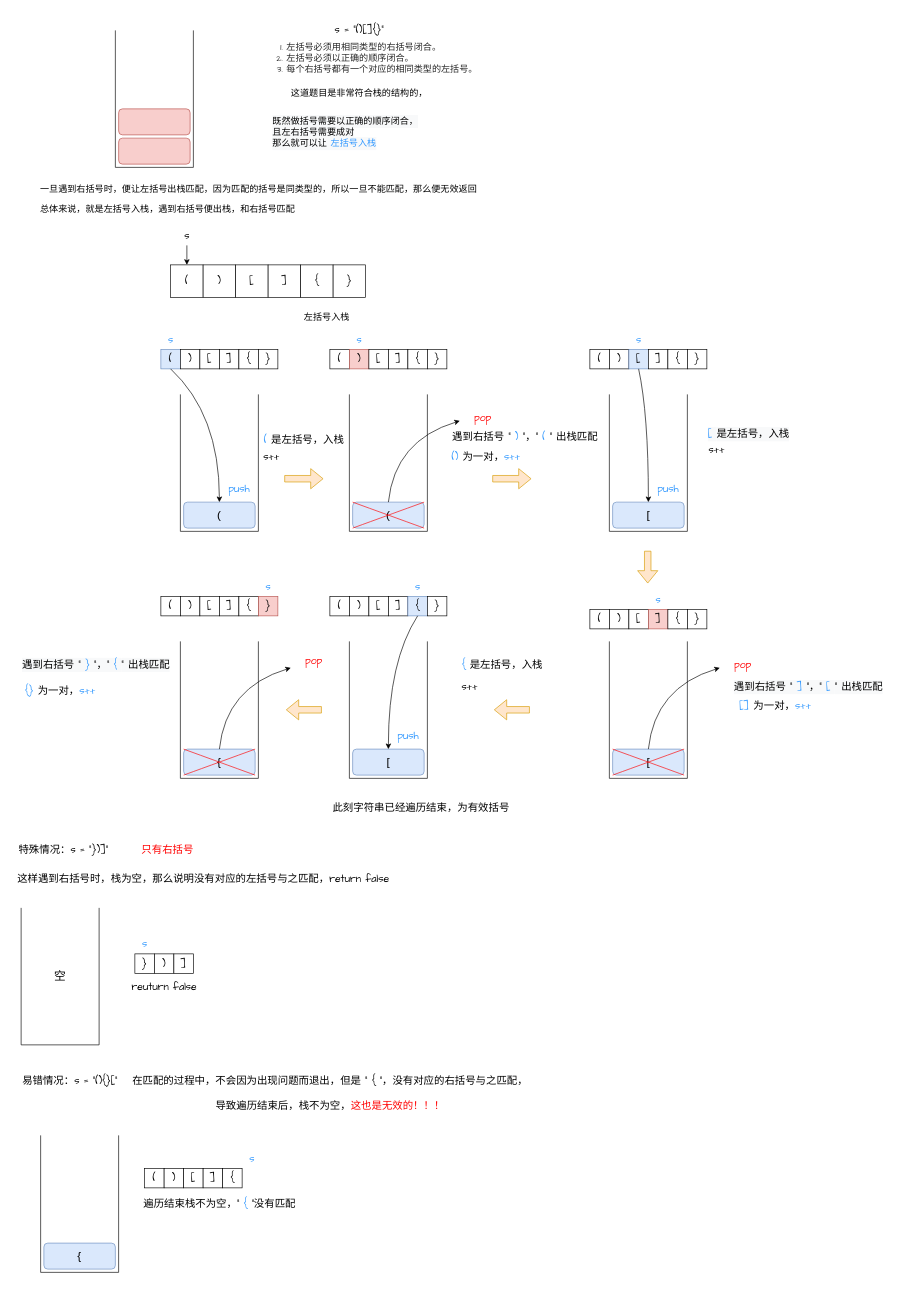
The draw.io diagram 上机代码/栈和队列OJ/有效的括号.drawio in lrisvictoria/data-structure, before the edit. Source tidied: cells renumbered, new cells numbered last; positions are measured from the earlier drawing's top-left corner, leaving out a move shared by most shapes. Both pictures are drawn from the tidied source at 65%, with x=0, y=0 at pixel (11, 11).
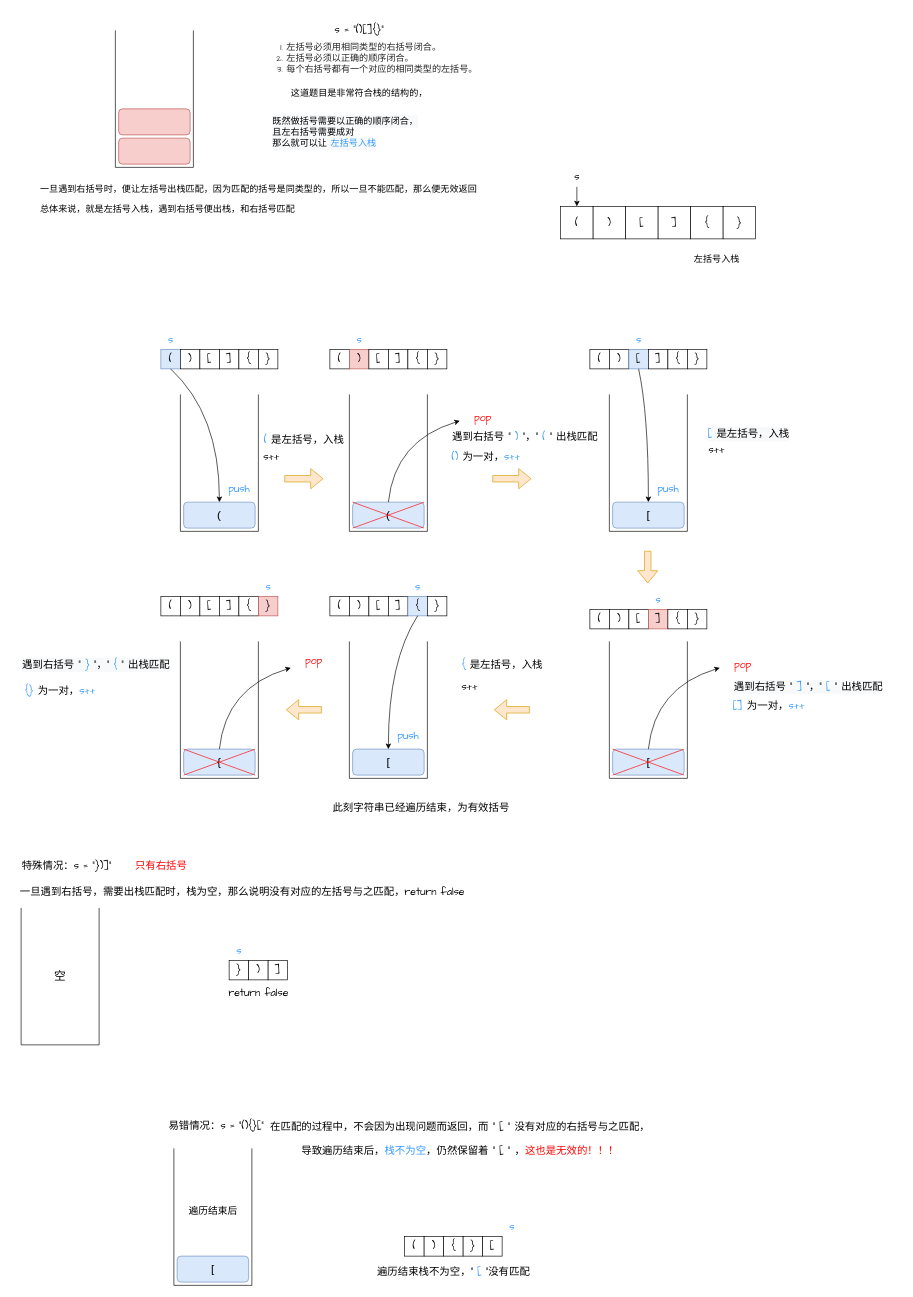
The same diagram, later.

The edit, as a diff of the source:
```diff
@@
     <mxCell id="13" value="(" style="whiteSpace=wrap;html=1;fontFamily=Comic Sans MS;fontSize=16;fontColor=#000000;" parent="1" vertex="1">
-      <mxGeometry x="245" y="390" width="50" height="50" as="geometry" />
+      <mxGeometry x="845" y="300" width="50" height="50" as="geometry" />
     </mxCell>
     <mxCell id="14" value=")" style="whiteSpace=wrap;html=1;fontFamily=Comic Sans MS;fontSize=16;fontColor=#000000;" parent="1" vertex="1">
-      <mxGeometry x="295" y="390" width="50" height="50" as="geometry" />
+      <mxGeometry x="895" y="300" width="50" height="50" as="geometry" />
     </mxCell>
     <mxCell id="15" value="[" style="whiteSpace=wrap;html=1;fontFamily=Comic Sans MS;fontSize=16;fontColor=#000000;" parent="1" vertex="1">
-      <mxGeometry x="345" y="390" width="50" height="50" as="geometry" />
+      <mxGeometry x="945" y="300" width="50" height="50" as="geometry" />
     </mxCell>
     <mxCell id="16" value="]" style="whiteSpace=wrap;html=1;fontFamily=Comic Sans MS;fontSize=16;fontColor=#000000;" parent="1" vertex="1">
-      <mxGeometry x="395" y="390" width="50" height="50" as="geometry" />
+      <mxGeometry x="995" y="300" width="50" height="50" as="geometry" />
     </mxCell>
     <mxCell id="17" value="{" style="whiteSpace=wrap;html=1;fontFamily=Comic Sans MS;fontSize=16;fontColor=#000000;" parent="1" vertex="1">
-      <mxGeometry x="445" y="390" width="50" height="50" as="geometry" />
+      <mxGeometry x="1045" y="300" width="50" height="50" as="geometry" />
     </mxCell>
     <mxCell id="18" value="}" style="whiteSpace=wrap;html=1;fontFamily=Comic Sans MS;fontSize=16;fontColor=#000000;" parent="1" vertex="1">
-      <mxGeometry x="495" y="390" width="50" height="50" as="geometry" />
+      <mxGeometry x="1095" y="300" width="50" height="50" as="geometry" />
     </mxCell>
     <mxCell id="19" value="&lt;font style=&quot;font-size: 16px;&quot;&gt;s&lt;/font&gt;" style="text;html=1;align=center;verticalAlign=middle;strokeColor=none;fillColor=none;fontSize=14;fontFamily=Comic Sans MS;fontColor=#000000;" parent="1" vertex="1">
-      <mxGeometry x="255" y="330" width="30" height="30" as="geometry" />
+      <mxGeometry x="855" y="240" width="30" height="30" as="geometry" />
     </mxCell>
     <mxCell id="20" style="endArrow=classic;html=1;rounded=0;fontFamily=Comic Sans MS;fontSize=16;fontColor=#000000;" parent="1" edge="1">
       <mxGeometry relative="1" as="geometry">
-        <mxPoint x="270" y="360" as="sourcePoint" />
-        <mxPoint x="270" y="390" as="targetPoint" />
+        <mxPoint x="870" y="270" as="sourcePoint" />
+        <mxPoint x="870" y="300" as="targetPoint" />
       </mxGeometry>
     </mxCell>
     <mxCell id="21" value="&lt;font style=&quot;font-size: 14px;&quot;&gt;左括号入栈&lt;/font&gt;" style="text;html=1;align=center;verticalAlign=middle;strokeColor=none;fillColor=none;fontSize=18;fontFamily=Comic Sans MS;fontColor=#000000;" parent="1" vertex="1">
-      <mxGeometry x="440" y="450" width="90" height="40" as="geometry" />
+      <mxGeometry x="1040" y="360" width="90" height="40" as="geometry" />
     </mxCell>
@@
     <mxCell id="88" value="&lt;font color=&quot;#3399ff&quot;&gt;[]&lt;/font&gt; 为一对，&lt;font color=&quot;#3399ff&quot;&gt;s++&lt;/font&gt;" style="text;html=1;align=center;verticalAlign=middle;strokeColor=none;fillColor=none;fontSize=16;fontFamily=Comic Sans MS;fontColor=#000000;" parent="1" vertex="1">
-      <mxGeometry x="1110" y="1054" width="130" height="30" as="geometry" />
+      <mxGeometry x="1100" y="1054" width="130" height="30" as="geometry" />
     </mxCell>
@@
     <mxCell id="110" value="特殊情况：s = &quot;})]&quot;" style="text;html=1;align=center;verticalAlign=middle;strokeColor=none;fillColor=none;fontSize=16;fontFamily=Comic Sans MS;fontColor=#000000;" parent="1" vertex="1">
-      <mxGeometry y="1275" width="160" height="30" as="geometry" />
+      <mxGeometry x="5" y="1300" width="160" height="30" as="geometry" />
     </mxCell>
     <mxCell id="111" value="&lt;font color=&quot;#ff0000&quot;&gt;只有右括号&lt;/font&gt;" style="text;html=1;align=center;verticalAlign=middle;strokeColor=none;fillColor=none;fontSize=16;fontFamily=Comic Sans MS;fontColor=#000000;" parent="1" vertex="1">
-      <mxGeometry x="190" y="1275" width="100" height="30" as="geometry" />
+      <mxGeometry x="180" y="1300" width="100" height="30" as="geometry" />
     </mxCell>
-    <mxCell id="112" value="&lt;font color=&quot;#000000&quot;&gt;这样遇到右括号时，栈为空，那么说明没有对应的左括号与之匹配，return false&lt;/font&gt;" style="text;html=1;align=center;verticalAlign=middle;strokeColor=none;fillColor=none;fontSize=16;fontFamily=Comic Sans MS;fontColor=#FF0000;" parent="1" vertex="1">
-      <mxGeometry y="1320" width="590" height="30" as="geometry" />
+    <mxCell id="112" value="&lt;font color=&quot;#000000&quot;&gt;一旦遇到右括号，需要出栈匹配时，栈为空，那么说明没有对应的左括号与之匹配，return false&lt;/font&gt;" style="text;html=1;align=center;verticalAlign=middle;strokeColor=none;fillColor=none;fontSize=16;fontFamily=Comic Sans MS;fontColor=#FF0000;" parent="1" vertex="1">
+      <mxGeometry y="1340" width="710" height="30" as="geometry" />
     </mxCell>
@@
     <mxCell id="114" value="}" style="whiteSpace=wrap;html=1;fontFamily=Comic Sans MS;fontSize=16;fontColor=#000000;" parent="1" vertex="1">
-      <mxGeometry x="190" y="1450" width="30" height="30" as="geometry" />
+      <mxGeometry x="335" y="1460" width="30" height="30" as="geometry" />
     </mxCell>
     <mxCell id="115" value=")" style="whiteSpace=wrap;html=1;fontFamily=Comic Sans MS;fontSize=16;fontColor=#000000;" parent="1" vertex="1">
-      <mxGeometry x="220" y="1450" width="30" height="30" as="geometry" />
+      <mxGeometry x="365" y="1460" width="30" height="30" as="geometry" />
     </mxCell>
     <mxCell id="116" value="]" style="whiteSpace=wrap;html=1;fontFamily=Comic Sans MS;fontSize=16;fontColor=#000000;" parent="1" vertex="1">
-      <mxGeometry x="250" y="1450" width="30" height="30" as="geometry" />
+      <mxGeometry x="395" y="1460" width="30" height="30" as="geometry" />
     </mxCell>
     <mxCell id="117" value="&lt;font color=&quot;#3399ff&quot;&gt;s&lt;/font&gt;" style="text;html=1;align=center;verticalAlign=middle;strokeColor=none;fillColor=none;fontSize=16;fontFamily=Comic Sans MS;fontColor=#000000;" parent="1" vertex="1">
-      <mxGeometry x="190" y="1420" width="30" height="30" as="geometry" />
+      <mxGeometry x="335" y="1430" width="30" height="30" as="geometry" />
     </mxCell>
-    <mxCell id="118" value="&lt;font style=&quot;font-size: 16px;&quot;&gt;reuturn false&lt;/font&gt;" style="text;html=1;align=center;verticalAlign=middle;strokeColor=none;fillColor=none;fontSize=18;fontFamily=Comic Sans MS;fontColor=#000000;" parent="1" vertex="1">
-      <mxGeometry x="175" y="1480" width="120" height="40" as="geometry" />
+    <mxCell id="118" value="&lt;font style=&quot;font-size: 16px;&quot;&gt;return false&lt;/font&gt;" style="text;html=1;align=center;verticalAlign=middle;strokeColor=none;fillColor=none;fontSize=18;fontFamily=Comic Sans MS;fontColor=#000000;" parent="1" vertex="1">
+      <mxGeometry x="325" y="1490" width="110" height="40" as="geometry" />
     </mxCell>
     <mxCell id="119" value="易错情况：s = &quot;(){}[&quot;" style="text;html=1;align=center;verticalAlign=middle;strokeColor=none;fillColor=none;fontSize=16;fontFamily=Comic Sans MS;fontColor=#000000;" parent="1" vertex="1">
-      <mxGeometry x="5" y="1630" width="170" height="30" as="geometry" />
+      <mxGeometry x="230" y="1700" width="170" height="30" as="geometry" />
     </mxCell>
-    <mxCell id="120" value="在匹配的过程中，不会因为出现问题而退出，但是 &quot; {&lt;font color=&quot;#3399ff&quot;&gt;&amp;nbsp;&lt;/font&gt;&quot;，没有对应的右括号与之匹配，&lt;br&gt;&lt;br&gt;导致遍历结束后，栈不为空，&lt;span style=&quot;background-color: rgb(255, 255, 255);&quot;&gt;&lt;font color=&quot;#ff0000&quot;&gt;这也是无效的！！！&lt;/font&gt;&lt;/span&gt;" style="text;html=1;align=center;verticalAlign=middle;strokeColor=none;fillColor=none;fontSize=16;fontFamily=Comic Sans MS;fontColor=#000000;" parent="1" vertex="1">
-      <mxGeometry x="175" y="1630" width="630" height="70" as="geometry" />
+    <mxCell id="120" value="在匹配的过程中，不会因为出现问题而返回，而 &quot; [&lt;font color=&quot;#3399ff&quot;&gt;&amp;nbsp;&lt;/font&gt;&quot; 没有对应的右括号与之匹配，&lt;br&gt;&lt;br&gt;导致遍历结束后，&lt;font color=&quot;#3399ff&quot;&gt;栈不为空&lt;/font&gt;，仍然保留着 &quot; [ &quot;&lt;font color=&quot;#3399ff&quot;&gt;&amp;nbsp;&lt;/font&gt;，&lt;span style=&quot;background-color: rgb(255, 255, 255);&quot;&gt;&lt;font color=&quot;#ff0000&quot;&gt;这也是无效的！！！&lt;/font&gt;&lt;/span&gt;" style="text;html=1;align=center;verticalAlign=middle;strokeColor=none;fillColor=none;fontSize=16;fontFamily=Comic Sans MS;fontColor=#000000;" parent="1" vertex="1">
+      <mxGeometry x="385" y="1700" width="610" height="70" as="geometry" />
     </mxCell>
     <mxCell id="121" value="(" style="whiteSpace=wrap;html=1;fontFamily=Comic Sans MS;fontSize=16;fontColor=#000000;" parent="1" vertex="1">
-      <mxGeometry x="205" y="1780" width="30" height="30" as="geometry" />
+      <mxGeometry x="605" y="1885" width="30" height="30" as="geometry" />
     </mxCell>
     <mxCell id="122" value=")" style="whiteSpace=wrap;html=1;fontFamily=Comic Sans MS;fontSize=16;fontColor=#000000;" parent="1" vertex="1">
-      <mxGeometry x="235" y="1780" width="30" height="30" as="geometry" />
+      <mxGeometry x="635" y="1885" width="30" height="30" as="geometry" />
     </mxCell>
-    <mxCell id="123" value="[" style="whiteSpace=wrap;html=1;fontFamily=Comic Sans MS;fontSize=16;fontColor=#000000;" parent="1" vertex="1">
-      <mxGeometry x="265" y="1780" width="30" height="30" as="geometry" />
+    <mxCell id="123" value="{" style="whiteSpace=wrap;html=1;fontFamily=Comic Sans MS;fontSize=16;fontColor=#000000;" parent="1" vertex="1">
+      <mxGeometry x="665" y="1885" width="30" height="30" as="geometry" />
     </mxCell>
-    <mxCell id="124" value="]" style="whiteSpace=wrap;html=1;fontFamily=Comic Sans MS;fontSize=16;" parent="1" vertex="1">
-      <mxGeometry x="295" y="1780" width="30" height="30" as="geometry" />
+    <mxCell id="124" value="}" style="whiteSpace=wrap;html=1;fontFamily=Comic Sans MS;fontSize=16;" parent="1" vertex="1">
+      <mxGeometry x="695" y="1885" width="30" height="30" as="geometry" />
     </mxCell>
-    <mxCell id="125" value="{" style="whiteSpace=wrap;html=1;fontFamily=Comic Sans MS;fontSize=16;fontColor=#000000;" parent="1" vertex="1">
-      <mxGeometry x="325" y="1780" width="30" height="30" as="geometry" />
+    <mxCell id="125" value="[" style="whiteSpace=wrap;html=1;fontFamily=Comic Sans MS;fontSize=16;fontColor=#000000;" parent="1" vertex="1">
+      <mxGeometry x="725" y="1885" width="30" height="30" as="geometry" />
     </mxCell>
     <mxCell id="126" value="&lt;font color=&quot;#3399ff&quot;&gt;s&lt;/font&gt;" style="text;html=1;align=center;verticalAlign=middle;strokeColor=none;fillColor=none;fontSize=16;fontFamily=Comic Sans MS;fontColor=#000000;" parent="1" vertex="1">
-      <mxGeometry x="355" y="1750" width="30" height="30" as="geometry" />
+      <mxGeometry x="755" y="1855" width="30" height="30" as="geometry" />
     </mxCell>
     <mxCell id="127" style="shape=partialRectangle;whiteSpace=wrap;html=1;bottom=1;right=1;left=1;top=0;fillColor=none;routingCenterX=-0.5;" parent="1" vertex="1">
-      <mxGeometry x="45" y="1730" width="120" height="210" as="geometry" />
+      <mxGeometry x="250" y="1750" width="120" height="210" as="geometry" />
     </mxCell>
-    <mxCell id="128" value="&lt;span style=&quot;font-size: 18px;&quot;&gt;{&lt;/span&gt;" style="rounded=1;whiteSpace=wrap;html=1;fillColor=#dae8fc;strokeColor=#6c8ebf;" parent="1" vertex="1">
-      <mxGeometry x="50" y="1895" width="110" height="40" as="geometry" />
+    <mxCell id="128" value="&lt;span style=&quot;font-size: 18px;&quot;&gt;[&lt;/span&gt;" style="rounded=1;whiteSpace=wrap;html=1;fillColor=#dae8fc;strokeColor=#6c8ebf;" parent="1" vertex="1">
+      <mxGeometry x="255" y="1915" width="110" height="40" as="geometry" />
     </mxCell>
-    <mxCell id="129" value="&lt;font color=&quot;#000000&quot;&gt;遍历结束栈不为空，&quot; &lt;/font&gt;&lt;font color=&quot;#3399ff&quot;&gt;{&lt;/font&gt;&lt;font color=&quot;#000000&quot;&gt; &quot;没有匹配&lt;/font&gt;" style="text;html=1;align=center;verticalAlign=middle;strokeColor=none;fillColor=none;fontSize=16;fontFamily=Comic Sans MS;fontColor=#FF0000;" parent="1" vertex="1">
-      <mxGeometry x="190" y="1820" width="260" height="30" as="geometry" />
+    <mxCell id="129" value="&lt;font color=&quot;#000000&quot;&gt;遍历结束栈不为空，&quot; &lt;/font&gt;&lt;font color=&quot;#3399ff&quot;&gt;[&lt;/font&gt;&lt;font color=&quot;#000000&quot;&gt;&amp;nbsp;&quot;没有匹配&lt;/font&gt;" style="text;html=1;align=center;verticalAlign=middle;strokeColor=none;fillColor=none;fontSize=16;fontFamily=Comic Sans MS;fontColor=#FF0000;" parent="1" vertex="1">
+      <mxGeometry x="550" y="1925" width="260" height="30" as="geometry" />
     </mxCell>
+    <mxCell id="130" value="&lt;font color=&quot;#000000&quot; style=&quot;font-size: 15px;&quot; face=&quot;Comic Sans MS&quot;&gt;遍历结束后&lt;/font&gt;" style="text;html=1;align=center;verticalAlign=middle;strokeColor=none;fillColor=none;fontColor=#3399FF;" parent="1" vertex="1">
+      <mxGeometry x="260" y="1830" width="100" height="30" as="geometry" />
+    </mxCell>
```
